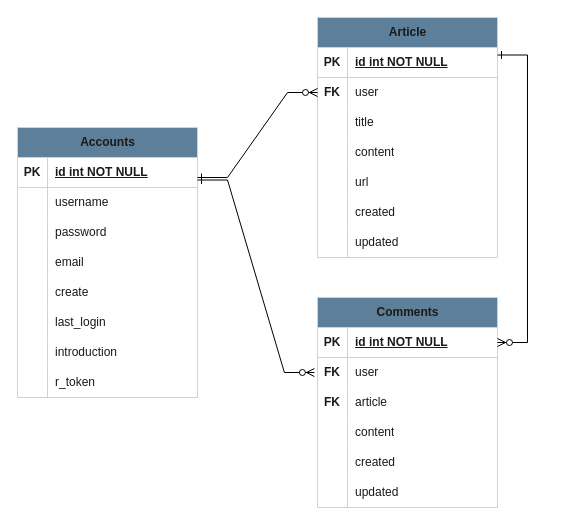
Above: 제목 없는 다이어그램.drawio in wodms5355/jaenny_day (draw.io), before the change. Source tidied: cells renumbered, new cells numbered last; positions are measured from the earlier drawing's top-left corner, leaving out a move shared by most shapes. Both pictures are drawn from the tidied source at 100%, with x=0, y=0 at pixel (17, 17).
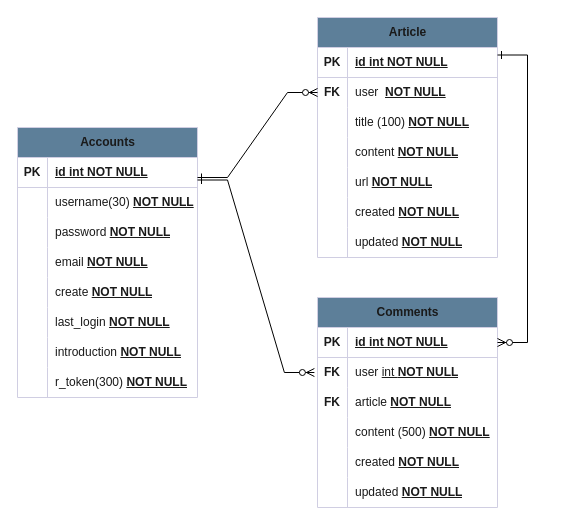
The same diagram, later.

Commit message (it also covers changes not shown here):
제목 없는 다이어그램.drawio 업데이트

The change refers to these unchanged cells:
```xml
<mxCell id="6" style="shape=tableRow;horizontal=0;startSize=0;swimlaneHead=0;swimlaneBody=0;fillColor=none;top=0;left=0;right=0;bottom=0;labelBackgroundColor=none;strokeColor=#D0CEE2;fontColor=#1A1A1A;" parent="2" vertex="1">
  <mxGeometry y="60" width="180" height="30" as="geometry" />
</mxCell>
<mxCell id="9" style="shape=tableRow;horizontal=0;startSize=0;swimlaneHead=0;swimlaneBody=0;fillColor=none;top=0;left=0;right=0;bottom=0;labelBackgroundColor=none;strokeColor=#D0CEE2;fontColor=#1A1A1A;" parent="2" vertex="1">
  <mxGeometry y="90" width="180" height="30" as="geometry" />
</mxCell>
<mxCell id="12" style="shape=tableRow;horizontal=0;startSize=0;swimlaneHead=0;swimlaneBody=0;fillColor=none;top=0;left=0;right=0;bottom=0;labelBackgroundColor=none;strokeColor=#D0CEE2;fontColor=#1A1A1A;" parent="2" vertex="1">
  <mxGeometry y="120" width="180" height="30" as="geometry" />
</mxCell>
<mxCell id="15" style="shape=tableRow;horizontal=0;startSize=0;swimlaneHead=0;swimlaneBody=0;fillColor=none;top=0;left=0;right=0;bottom=0;labelBackgroundColor=none;strokeColor=#D0CEE2;fontColor=#1A1A1A;" parent="2" vertex="1">
  <mxGeometry y="150" width="180" height="30" as="geometry" />
</mxCell>
<mxCell id="18" style="shape=tableRow;horizontal=0;startSize=0;swimlaneHead=0;swimlaneBody=0;fillColor=none;top=0;left=0;right=0;bottom=0;labelBackgroundColor=none;strokeColor=#D0CEE2;fontColor=#1A1A1A;" parent="2" vertex="1">
  <mxGeometry y="180" width="180" height="30" as="geometry" />
</mxCell>
<mxCell id="21" style="shape=tableRow;horizontal=0;startSize=0;swimlaneHead=0;swimlaneBody=0;fillColor=none;top=0;left=0;right=0;bottom=0;labelBackgroundColor=none;strokeColor=#D0CEE2;fontColor=#1A1A1A;" parent="2" vertex="1">
  <mxGeometry y="210" width="180" height="30" as="geometry" />
</mxCell>
<mxCell id="24" style="shape=tableRow;horizontal=0;startSize=0;swimlaneHead=0;swimlaneBody=0;fillColor=none;top=0;left=0;right=0;bottom=0;labelBackgroundColor=none;strokeColor=#D0CEE2;fontColor=#1A1A1A;" parent="2" vertex="1">
  <mxGeometry y="240" width="180" height="30" as="geometry" />
</mxCell>
<mxCell id="33" style="shape=tableRow;horizontal=0;startSize=0;swimlaneHead=0;swimlaneBody=0;fillColor=none;points=[[0,0.5],[1,0.5]];portConstraint=eastwest;top=0;left=0;right=0;bottom=0;labelBackgroundColor=none;strokeColor=#D0CEE2;fontColor=#1A1A1A;" parent="29" vertex="1">
  <mxGeometry y="60" width="180" height="30" as="geometry" />
</mxCell>
<mxCell id="36" style="shape=tableRow;horizontal=0;startSize=0;swimlaneHead=0;swimlaneBody=0;fillColor=none;top=0;left=0;right=0;bottom=0;labelBackgroundColor=none;strokeColor=#D0CEE2;fontColor=#1A1A1A;" parent="29" vertex="1">
  <mxGeometry y="90" width="180" height="30" as="geometry" />
</mxCell>
<mxCell id="39" style="shape=tableRow;horizontal=0;startSize=0;swimlaneHead=0;swimlaneBody=0;fillColor=none;top=0;left=0;right=0;bottom=0;labelBackgroundColor=none;strokeColor=#D0CEE2;fontColor=#1A1A1A;" parent="29" vertex="1">
  <mxGeometry y="120" width="180" height="30" as="geometry" />
</mxCell>
<mxCell id="42" style="shape=tableRow;horizontal=0;startSize=0;swimlaneHead=0;swimlaneBody=0;fillColor=none;top=0;left=0;right=0;bottom=0;labelBackgroundColor=none;strokeColor=#D0CEE2;fontColor=#1A1A1A;" parent="29" vertex="1">
  <mxGeometry y="150" width="180" height="30" as="geometry" />
</mxCell>
<mxCell id="45" style="shape=tableRow;horizontal=0;startSize=0;swimlaneHead=0;swimlaneBody=0;fillColor=none;top=0;left=0;right=0;bottom=0;labelBackgroundColor=none;strokeColor=#D0CEE2;fontColor=#1A1A1A;" parent="29" vertex="1">
  <mxGeometry y="180" width="180" height="30" as="geometry" />
</mxCell>
<mxCell id="48" style="shape=tableRow;horizontal=0;startSize=0;swimlaneHead=0;swimlaneBody=0;fillColor=none;top=0;left=0;right=0;bottom=0;labelBackgroundColor=none;strokeColor=#D0CEE2;fontColor=#1A1A1A;" parent="29" vertex="1">
  <mxGeometry y="210" width="180" height="30" as="geometry" />
</mxCell>
<mxCell id="55" style="shape=tableRow;horizontal=0;startSize=0;swimlaneHead=0;swimlaneBody=0;fillColor=none;top=0;left=0;right=0;bottom=0;labelBackgroundColor=none;strokeColor=#D0CEE2;fontColor=#1A1A1A;" parent="51" vertex="1">
  <mxGeometry y="60" width="180" height="30" as="geometry" />
</mxCell>
<mxCell id="58" style="shape=tableRow;horizontal=0;startSize=0;swimlaneHead=0;swimlaneBody=0;fillColor=none;top=0;left=0;right=0;bottom=0;labelBackgroundColor=none;strokeColor=#D0CEE2;fontColor=#1A1A1A;" parent="51" vertex="1">
  <mxGeometry y="90" width="180" height="30" as="geometry" />
</mxCell>
<mxCell id="61" style="shape=tableRow;horizontal=0;startSize=0;swimlaneHead=0;swimlaneBody=0;fillColor=none;top=0;left=0;right=0;bottom=0;labelBackgroundColor=none;strokeColor=#D0CEE2;fontColor=#1A1A1A;" parent="51" vertex="1">
  <mxGeometry y="120" width="180" height="30" as="geometry" />
</mxCell>
<mxCell id="64" style="shape=tableRow;horizontal=0;startSize=0;swimlaneHead=0;swimlaneBody=0;fillColor=none;top=0;left=0;right=0;bottom=0;labelBackgroundColor=none;strokeColor=#D0CEE2;fontColor=#1A1A1A;" parent="51" vertex="1">
  <mxGeometry y="150" width="180" height="30" as="geometry" />
</mxCell>
<mxCell id="67" style="shape=tableRow;horizontal=0;startSize=0;swimlaneHead=0;swimlaneBody=0;fillColor=none;top=0;left=0;right=0;bottom=0;labelBackgroundColor=none;strokeColor=#D0CEE2;fontColor=#1A1A1A;" parent="51" vertex="1">
  <mxGeometry y="180" width="180" height="30" as="geometry" />
</mxCell>
```

Diff of the diagram source:
```diff
@@
-    <mxCell id="8" value="username" style="shape=partialRectangle;fillColor=none;top=0;left=0;bottom=0;right=0;align=left;spacingLeft=6;overflow=hidden;whiteSpace=wrap;html=1;labelBackgroundColor=none;strokeColor=#D0CEE2;fontColor=#1A1A1A;" parent="6" vertex="1">
+    <mxCell id="8" value="username(30)&amp;nbsp;&lt;span style=&quot;font-weight: 700; text-decoration-line: underline;&quot;&gt;NOT NULL&lt;/span&gt;" style="shape=partialRectangle;fillColor=none;top=0;left=0;bottom=0;right=0;align=left;spacingLeft=6;overflow=hidden;whiteSpace=wrap;html=1;labelBackgroundColor=none;strokeColor=#D0CEE2;fontColor=#1A1A1A;" parent="6" vertex="1">
       <mxGeometry x="30" width="150" height="30" as="geometry" />
     </mxCell>
@@
-    <mxCell id="11" value="password" style="shape=partialRectangle;fillColor=none;top=0;left=0;bottom=0;right=0;align=left;spacingLeft=6;overflow=hidden;whiteSpace=wrap;html=1;labelBackgroundColor=none;strokeColor=#D0CEE2;fontColor=#1A1A1A;" parent="9" vertex="1">
+    <mxCell id="11" value="password&amp;nbsp;&lt;span style=&quot;font-weight: 700; text-decoration-line: underline;&quot;&gt;NOT NULL&lt;/span&gt;" style="shape=partialRectangle;fillColor=none;top=0;left=0;bottom=0;right=0;align=left;spacingLeft=6;overflow=hidden;whiteSpace=wrap;html=1;labelBackgroundColor=none;strokeColor=#D0CEE2;fontColor=#1A1A1A;" parent="9" vertex="1">
       <mxGeometry x="30" width="150" height="30" as="geometry" />
     </mxCell>
@@
-    <mxCell id="14" value="email" style="shape=partialRectangle;fillColor=none;top=0;left=0;bottom=0;right=0;align=left;spacingLeft=6;overflow=hidden;whiteSpace=wrap;html=1;labelBackgroundColor=none;strokeColor=#D0CEE2;fontColor=#1A1A1A;strokeWidth=1;" parent="12" vertex="1">
+    <mxCell id="14" value="email&amp;nbsp;&lt;span style=&quot;font-weight: 700; text-decoration-line: underline;&quot;&gt;NOT NULL&lt;/span&gt;" style="shape=partialRectangle;fillColor=none;top=0;left=0;bottom=0;right=0;align=left;spacingLeft=6;overflow=hidden;whiteSpace=wrap;html=1;labelBackgroundColor=none;strokeColor=#D0CEE2;fontColor=#1A1A1A;strokeWidth=1;" parent="12" vertex="1">
       <mxGeometry x="30" width="150" height="30" as="geometry" />
     </mxCell>
@@
-    <mxCell id="17" value="create" style="shape=partialRectangle;fillColor=none;top=0;left=0;bottom=0;right=0;align=left;spacingLeft=6;overflow=hidden;whiteSpace=wrap;html=1;labelBackgroundColor=none;strokeColor=#D0CEE2;fontColor=#1A1A1A;strokeWidth=1;" parent="15" vertex="1">
+    <mxCell id="17" value="create&amp;nbsp;&lt;span style=&quot;font-weight: 700; text-decoration-line: underline;&quot;&gt;NOT NULL&lt;/span&gt;" style="shape=partialRectangle;fillColor=none;top=0;left=0;bottom=0;right=0;align=left;spacingLeft=6;overflow=hidden;whiteSpace=wrap;html=1;labelBackgroundColor=none;strokeColor=#D0CEE2;fontColor=#1A1A1A;strokeWidth=1;" parent="15" vertex="1">
       <mxGeometry x="30" width="150" height="30" as="geometry" />
     </mxCell>
@@
-    <mxCell id="20" value="last_login" style="shape=partialRectangle;fillColor=none;top=0;left=0;bottom=0;right=0;align=left;spacingLeft=6;overflow=hidden;whiteSpace=wrap;html=1;labelBackgroundColor=none;strokeColor=#D0CEE2;fontColor=#1A1A1A;strokeWidth=1;" parent="18" vertex="1">
+    <mxCell id="20" value="last_login&amp;nbsp;&lt;span style=&quot;font-weight: 700; text-decoration-line: underline;&quot;&gt;NOT NULL&lt;/span&gt;" style="shape=partialRectangle;fillColor=none;top=0;left=0;bottom=0;right=0;align=left;spacingLeft=6;overflow=hidden;whiteSpace=wrap;html=1;labelBackgroundColor=none;strokeColor=#D0CEE2;fontColor=#1A1A1A;strokeWidth=1;" parent="18" vertex="1">
       <mxGeometry x="30" width="150" height="30" as="geometry" />
     </mxCell>
@@
-    <mxCell id="23" value="introduction" style="shape=partialRectangle;fillColor=none;top=0;left=0;bottom=0;right=0;align=left;spacingLeft=6;overflow=hidden;whiteSpace=wrap;html=1;labelBackgroundColor=none;strokeColor=#D0CEE2;fontColor=#1A1A1A;strokeWidth=1;" parent="21" vertex="1">
+    <mxCell id="23" value="introduction&amp;nbsp;&lt;span style=&quot;font-weight: 700; text-decoration-line: underline;&quot;&gt;NOT NULL&lt;/span&gt;" style="shape=partialRectangle;fillColor=none;top=0;left=0;bottom=0;right=0;align=left;spacingLeft=6;overflow=hidden;whiteSpace=wrap;html=1;labelBackgroundColor=none;strokeColor=#D0CEE2;fontColor=#1A1A1A;strokeWidth=1;" parent="21" vertex="1">
       <mxGeometry x="30" width="150" height="30" as="geometry" />
     </mxCell>
@@
-    <mxCell id="26" value="r_token" style="shape=partialRectangle;fillColor=none;top=0;left=0;bottom=0;right=0;align=left;spacingLeft=6;overflow=hidden;whiteSpace=wrap;html=1;labelBackgroundColor=none;strokeColor=#D0CEE2;fontColor=#1A1A1A;strokeWidth=1;" parent="24" vertex="1">
+    <mxCell id="26" value="r_token(300)&amp;nbsp;&lt;span style=&quot;font-weight: 700; text-decoration-line: underline;&quot;&gt;NOT NULL&lt;/span&gt;" style="shape=partialRectangle;fillColor=none;top=0;left=0;bottom=0;right=0;align=left;spacingLeft=6;overflow=hidden;whiteSpace=wrap;html=1;labelBackgroundColor=none;strokeColor=#D0CEE2;fontColor=#1A1A1A;strokeWidth=1;" parent="24" vertex="1">
       <mxGeometry x="30" width="150" height="30" as="geometry" />
     </mxCell>
@@
-    <mxCell id="35" value="user&lt;span style=&quot;white-space: pre;&quot;&gt;&#9;&lt;/span&gt;&lt;span style=&quot;white-space: pre;&quot;&gt;&#9;&lt;/span&gt;" style="shape=partialRectangle;fillColor=none;top=0;left=0;bottom=0;right=0;align=left;spacingLeft=6;overflow=hidden;whiteSpace=wrap;html=1;labelBackgroundColor=none;strokeColor=#D0CEE2;fontColor=#1A1A1A;" parent="33" vertex="1">
+    <mxCell id="35" value="user&lt;span style=&quot;white-space: pre;&quot;&gt;&#9;&lt;/span&gt;&amp;nbsp;&lt;span style=&quot;font-weight: 700; text-decoration-line: underline;&quot;&gt;NOT NULL&lt;/span&gt;" style="shape=partialRectangle;fillColor=none;top=0;left=0;bottom=0;right=0;align=left;spacingLeft=6;overflow=hidden;whiteSpace=wrap;html=1;labelBackgroundColor=none;strokeColor=#D0CEE2;fontColor=#1A1A1A;" parent="33" vertex="1">
       <mxGeometry x="30" width="150" height="30" as="geometry" />
     </mxCell>
@@
-    <mxCell id="38" value="title" style="shape=partialRectangle;fillColor=none;top=0;left=0;bottom=0;right=0;align=left;spacingLeft=6;overflow=hidden;whiteSpace=wrap;html=1;labelBackgroundColor=none;strokeColor=#D0CEE2;fontColor=#1A1A1A;" parent="36" vertex="1">
+    <mxCell id="38" value="title (100)&amp;nbsp;&lt;span style=&quot;font-weight: 700; text-decoration-line: underline;&quot;&gt;NOT NULL&lt;/span&gt;" style="shape=partialRectangle;fillColor=none;top=0;left=0;bottom=0;right=0;align=left;spacingLeft=6;overflow=hidden;whiteSpace=wrap;html=1;labelBackgroundColor=none;strokeColor=#D0CEE2;fontColor=#1A1A1A;" parent="36" vertex="1">
       <mxGeometry x="30" width="150" height="30" as="geometry" />
     </mxCell>
@@
-    <mxCell id="41" value="content" style="shape=partialRectangle;fillColor=none;top=0;left=0;bottom=0;right=0;align=left;spacingLeft=6;overflow=hidden;whiteSpace=wrap;html=1;labelBackgroundColor=none;strokeColor=#D0CEE2;fontColor=#1A1A1A;strokeWidth=1;" parent="39" vertex="1">
+    <mxCell id="41" value="content&amp;nbsp;&lt;span style=&quot;font-weight: 700; text-decoration-line: underline;&quot;&gt;NOT NULL&lt;/span&gt;" style="shape=partialRectangle;fillColor=none;top=0;left=0;bottom=0;right=0;align=left;spacingLeft=6;overflow=hidden;whiteSpace=wrap;html=1;labelBackgroundColor=none;strokeColor=#D0CEE2;fontColor=#1A1A1A;strokeWidth=1;" parent="39" vertex="1">
       <mxGeometry x="30" width="150" height="30" as="geometry" />
     </mxCell>
@@
-    <mxCell id="44" value="url" style="shape=partialRectangle;fillColor=none;top=0;left=0;bottom=0;right=0;align=left;spacingLeft=6;overflow=hidden;whiteSpace=wrap;html=1;labelBackgroundColor=none;strokeColor=#D0CEE2;fontColor=#1A1A1A;strokeWidth=1;" parent="42" vertex="1">
+    <mxCell id="44" value="url&amp;nbsp;&lt;span style=&quot;font-weight: 700; text-decoration-line: underline;&quot;&gt;NOT NULL&lt;/span&gt;" style="shape=partialRectangle;fillColor=none;top=0;left=0;bottom=0;right=0;align=left;spacingLeft=6;overflow=hidden;whiteSpace=wrap;html=1;labelBackgroundColor=none;strokeColor=#D0CEE2;fontColor=#1A1A1A;strokeWidth=1;" parent="42" vertex="1">
       <mxGeometry x="30" width="150" height="30" as="geometry" />
     </mxCell>
@@
-    <mxCell id="47" value="created" style="shape=partialRectangle;fillColor=none;top=0;left=0;bottom=0;right=0;align=left;spacingLeft=6;overflow=hidden;whiteSpace=wrap;html=1;labelBackgroundColor=none;strokeColor=#D0CEE2;fontColor=#1A1A1A;strokeWidth=1;" parent="45" vertex="1">
+    <mxCell id="47" value="created&amp;nbsp;&lt;span style=&quot;font-weight: 700; text-decoration-line: underline;&quot;&gt;NOT NULL&lt;/span&gt;" style="shape=partialRectangle;fillColor=none;top=0;left=0;bottom=0;right=0;align=left;spacingLeft=6;overflow=hidden;whiteSpace=wrap;html=1;labelBackgroundColor=none;strokeColor=#D0CEE2;fontColor=#1A1A1A;strokeWidth=1;" parent="45" vertex="1">
       <mxGeometry x="30" width="150" height="30" as="geometry" />
     </mxCell>
@@
-    <mxCell id="50" value="updated" style="shape=partialRectangle;fillColor=none;top=0;left=0;bottom=0;right=0;align=left;spacingLeft=6;overflow=hidden;whiteSpace=wrap;html=1;labelBackgroundColor=none;strokeColor=#D0CEE2;fontColor=#1A1A1A;strokeWidth=1;" parent="48" vertex="1">
+    <mxCell id="50" value="updated&amp;nbsp;&lt;span style=&quot;font-weight: 700; text-decoration-line: underline;&quot;&gt;NOT NULL&lt;/span&gt;" style="shape=partialRectangle;fillColor=none;top=0;left=0;bottom=0;right=0;align=left;spacingLeft=6;overflow=hidden;whiteSpace=wrap;html=1;labelBackgroundColor=none;strokeColor=#D0CEE2;fontColor=#1A1A1A;strokeWidth=1;" parent="48" vertex="1">
       <mxGeometry x="30" width="150" height="30" as="geometry" />
     </mxCell>
@@
-    <mxCell id="57" value="user" style="shape=partialRectangle;fillColor=none;top=0;left=0;bottom=0;right=0;align=left;spacingLeft=6;overflow=hidden;whiteSpace=wrap;html=1;labelBackgroundColor=none;strokeColor=#D0CEE2;fontColor=#1A1A1A;" parent="55" vertex="1">
+    <mxCell id="57" value="user &lt;u&gt;int&amp;nbsp;&lt;/u&gt;&lt;span style=&quot;font-weight: 700; text-decoration-line: underline;&quot;&gt;NOT NULL&lt;/span&gt;" style="shape=partialRectangle;fillColor=none;top=0;left=0;bottom=0;right=0;align=left;spacingLeft=6;overflow=hidden;whiteSpace=wrap;html=1;labelBackgroundColor=none;strokeColor=#D0CEE2;fontColor=#1A1A1A;" parent="55" vertex="1">
       <mxGeometry x="30" width="150" height="30" as="geometry" />
     </mxCell>
@@
-    <mxCell id="60" value="article" style="shape=partialRectangle;fillColor=none;top=0;left=0;bottom=0;right=0;align=left;spacingLeft=6;overflow=hidden;whiteSpace=wrap;html=1;labelBackgroundColor=none;strokeColor=#D0CEE2;fontColor=#1A1A1A;strokeWidth=1;" parent="58" vertex="1">
+    <mxCell id="60" value="article&amp;nbsp;&lt;span style=&quot;font-weight: 700; text-decoration-line: underline;&quot;&gt;NOT NULL&lt;/span&gt;" style="shape=partialRectangle;fillColor=none;top=0;left=0;bottom=0;right=0;align=left;spacingLeft=6;overflow=hidden;whiteSpace=wrap;html=1;labelBackgroundColor=none;strokeColor=#D0CEE2;fontColor=#1A1A1A;strokeWidth=1;" parent="58" vertex="1">
       <mxGeometry x="30" width="150" height="30" as="geometry" />
     </mxCell>
@@
-    <mxCell id="63" value="content" style="shape=partialRectangle;fillColor=none;top=0;left=0;bottom=0;right=0;align=left;spacingLeft=6;overflow=hidden;whiteSpace=wrap;html=1;labelBackgroundColor=none;strokeColor=#D0CEE2;fontColor=#1A1A1A;" parent="61" vertex="1">
+    <mxCell id="63" value="content (500)&amp;nbsp;&lt;span style=&quot;font-weight: 700; text-decoration-line: underline;&quot;&gt;NOT NULL&lt;/span&gt;" style="shape=partialRectangle;fillColor=none;top=0;left=0;bottom=0;right=0;align=left;spacingLeft=6;overflow=hidden;whiteSpace=wrap;html=1;labelBackgroundColor=none;strokeColor=#D0CEE2;fontColor=#1A1A1A;" parent="61" vertex="1">
       <mxGeometry x="30" width="150" height="30" as="geometry" />
     </mxCell>
@@
-    <mxCell id="66" value="created" style="shape=partialRectangle;fillColor=none;top=0;left=0;bottom=0;right=0;align=left;spacingLeft=6;overflow=hidden;whiteSpace=wrap;html=1;labelBackgroundColor=none;strokeColor=#D0CEE2;fontColor=#1A1A1A;strokeWidth=1;" parent="64" vertex="1">
+    <mxCell id="66" value="created&amp;nbsp;&lt;span style=&quot;font-weight: 700; text-decoration-line: underline;&quot;&gt;NOT NULL&lt;/span&gt;" style="shape=partialRectangle;fillColor=none;top=0;left=0;bottom=0;right=0;align=left;spacingLeft=6;overflow=hidden;whiteSpace=wrap;html=1;labelBackgroundColor=none;strokeColor=#D0CEE2;fontColor=#1A1A1A;strokeWidth=1;" parent="64" vertex="1">
       <mxGeometry x="30" width="150" height="30" as="geometry" />
     </mxCell>
@@
-    <mxCell id="69" value="updated" style="shape=partialRectangle;fillColor=none;top=0;left=0;bottom=0;right=0;align=left;spacingLeft=6;overflow=hidden;whiteSpace=wrap;html=1;labelBackgroundColor=none;strokeColor=#D0CEE2;fontColor=#1A1A1A;strokeWidth=1;" parent="67" vertex="1">
+    <mxCell id="69" value="updated&amp;nbsp;&lt;span style=&quot;font-weight: 700; text-decoration-line: underline;&quot;&gt;NOT NULL&lt;/span&gt;" style="shape=partialRectangle;fillColor=none;top=0;left=0;bottom=0;right=0;align=left;spacingLeft=6;overflow=hidden;whiteSpace=wrap;html=1;labelBackgroundColor=none;strokeColor=#D0CEE2;fontColor=#1A1A1A;strokeWidth=1;" parent="67" vertex="1">
       <mxGeometry x="30" width="150" height="30" as="geometry" />
     </mxCell>
```
